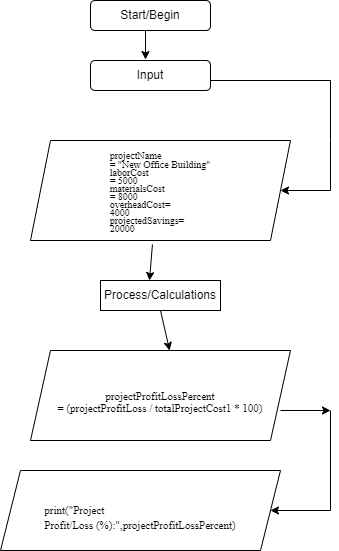
The draw.io diagram pythonProjectdrawings.drawio.png in felix715/Economics, before a commit. Source tidied: cells renumbered, new cells last; positions are measured from the earlier drawing's top-left corner, leaving out a move shared by most shapes. The source it was exported from:
```xml
<mxGraphModel>
  <root>
    <mxCell id="0" />
    <mxCell id="1" parent="0" />
    <mxCell id="2" value="Start/Begin" style="rounded=1;whiteSpace=wrap;html=1;align=center;" parent="1" vertex="1">
      <mxGeometry x="90" width="120" height="30" as="geometry" />
    </mxCell>
    <mxCell id="3" value="Process/Calculations" style="rounded=0;whiteSpace=wrap;html=1;" parent="1" vertex="1">
      <mxGeometry x="100" y="280" width="120" height="30" as="geometry" />
    </mxCell>
    <mxCell id="4" value="&lt;h6 style=&quot;line-height: 100%; margin-bottom: 0in&quot;&gt;&lt;div style=&quot;text-align: left;&quot;&gt;&lt;span style=&quot;font-family: &amp;quot;Times New Roman&amp;quot;; font-size: 10px; background-color: initial; font-weight: normal;&quot;&gt;projectName&lt;/span&gt;&lt;/div&gt;&lt;font style=&quot;font-size: 10px;&quot;&gt;&lt;div style=&quot;text-align: left;&quot;&gt;&lt;span style=&quot;font-family: &amp;quot;Times New Roman&amp;quot;; background-color: initial; font-weight: normal;&quot;&gt;= &quot;New Office Building&quot;&lt;/span&gt;&lt;/div&gt;&lt;font face=&quot;Times New Roman&quot; style=&quot;&quot;&gt;&lt;div style=&quot;text-align: left;&quot;&gt;&lt;span style=&quot;background-color: initial; font-weight: normal;&quot;&gt;laborCost&lt;/span&gt;&lt;/div&gt;&lt;div style=&quot;text-align: left;&quot;&gt;&lt;span style=&quot;background-color: initial; font-weight: normal;&quot;&gt;= 5000&lt;/span&gt;&lt;/div&gt;&lt;/font&gt;&lt;font face=&quot;Times New Roman&quot; style=&quot;&quot;&gt;&lt;div style=&quot;text-align: left;&quot;&gt;&lt;span style=&quot;background-color: initial; font-weight: normal;&quot;&gt;materialsCost&lt;/span&gt;&lt;/div&gt;&lt;div style=&quot;text-align: left;&quot;&gt;&lt;span style=&quot;background-color: initial; font-weight: normal;&quot;&gt;= 8000&lt;/span&gt;&lt;/div&gt;&lt;/font&gt;&lt;font face=&quot;Times New Roman&quot; style=&quot;&quot;&gt;&lt;div style=&quot;text-align: left;&quot;&gt;&lt;span style=&quot;background-color: initial; font-weight: normal;&quot;&gt;overheadCost=&lt;/span&gt;&lt;/div&gt;&lt;div style=&quot;text-align: left;&quot;&gt;&lt;span style=&quot;background-color: initial; font-weight: normal;&quot;&gt;4000&lt;/span&gt;&lt;/div&gt;&lt;/font&gt;&lt;font face=&quot;Times New Roman&quot; style=&quot;&quot;&gt;&lt;div style=&quot;text-align: left;&quot;&gt;&lt;span style=&quot;background-color: initial; font-weight: normal;&quot;&gt;projectedSavings=&lt;/span&gt;&lt;/div&gt;&lt;div style=&quot;text-align: left;&quot;&gt;&lt;span style=&quot;background-color: initial; font-weight: normal;&quot;&gt;20000&lt;/span&gt;&lt;/div&gt;&lt;/font&gt;&lt;/font&gt;&lt;/h6&gt;&lt;div style=&quot;text-align: left;&quot;&gt;&lt;br&gt;&lt;/div&gt;" style="shape=parallelogram;perimeter=parallelogramPerimeter;whiteSpace=wrap;html=1;fixedSize=1;" parent="1" vertex="1">
      <mxGeometry x="30" y="140" width="260" height="100" as="geometry" />
    </mxCell>
    <mxCell id="5" value="Input" style="rounded=1;whiteSpace=wrap;html=1;align=center;" parent="1" vertex="1">
      <mxGeometry x="90" y="60" width="120" height="30" as="geometry" />
    </mxCell>
    <mxCell id="6" value="&lt;p style=&quot;line-height: 100%&quot;&gt;&lt;br/&gt; &lt;font face=&quot;Times New Roman, serif&quot;&gt;&lt;font style=&quot;font-size: 11px;&quot;&gt;projectProfitLossPercent&lt;br/&gt;= (projectProfitLoss / totalProjectCost1 * 100)&lt;/font&gt;&lt;/font&gt;&lt;/p&gt;" style="shape=parallelogram;perimeter=parallelogramPerimeter;whiteSpace=wrap;html=1;fixedSize=1;align=center;" parent="1" vertex="1">
      <mxGeometry x="30" y="350" width="260" height="90" as="geometry" />
    </mxCell>
    <mxCell id="7" value="&lt;p align=&quot;left&quot;&gt;&lt;br/&gt;&lt;font face=&quot;Times New Roman, serif&quot;&gt;&lt;font style=&quot;font-size: 11px;&quot;&gt;print(&quot;Project&lt;br/&gt;Profit/Loss (%):&quot;,projectProfitLossPercent)&lt;/font&gt;&lt;/font&gt;&lt;/p&gt;" style="shape=parallelogram;perimeter=parallelogramPerimeter;whiteSpace=wrap;html=1;fixedSize=1;align=center;" parent="1" vertex="1">
      <mxGeometry y="470" width="280" height="80" as="geometry" />
    </mxCell>
    <mxCell id="8" style="endArrow=classic;html=1;rounded=0;" parent="1" edge="1" target="4">
      <mxGeometry relative="1" as="geometry">
        <mxPoint x="330" y="80" as="sourcePoint" />
        <Array as="points">
          <mxPoint x="330" y="140" />
          <mxPoint x="330" y="190" />
        </Array>
      </mxGeometry>
    </mxCell>
    <mxCell id="9" style="endArrow=classic;html=1;rounded=0;" parent="1" edge="1">
      <mxGeometry relative="1" as="geometry">
        <mxPoint x="145" y="30" as="sourcePoint" />
        <mxPoint x="145" y="59" as="targetPoint" />
      </mxGeometry>
    </mxCell>
    <mxCell id="10" style="endArrow=none;html=1;rounded=0;" parent="1" edge="1">
      <mxGeometry relative="1" as="geometry">
        <mxPoint x="210" y="80" as="sourcePoint" />
        <mxPoint x="330" y="80" as="targetPoint" />
      </mxGeometry>
    </mxCell>
    <mxCell id="11" style="endArrow=classic;html=1;rounded=0;entryX=0.408;entryY=0;entryDx=0;entryDy=0;entryPerimeter=0;exitX=0.469;exitY=1.04;exitDx=0;exitDy=0;exitPerimeter=0;" parent="1" edge="1" source="4" target="3">
      <mxGeometry relative="1" as="geometry" />
    </mxCell>
    <mxCell id="12" style="endArrow=classic;html=1;rounded=0;exitX=0.5;exitY=1;exitDx=0;exitDy=0;entryX=0.535;entryY=0;entryDx=0;entryDy=0;entryPerimeter=0;" parent="1" edge="1" source="3" target="6">
      <mxGeometry relative="1" as="geometry" />
    </mxCell>
    <mxCell id="13" style="endArrow=classic;html=1;rounded=0;entryX=1;entryY=0.5;entryDx=0;entryDy=0;" parent="1" edge="1" target="7">
      <mxGeometry relative="1" as="geometry">
        <mxPoint x="330" y="510" as="sourcePoint" />
      </mxGeometry>
    </mxCell>
    <mxCell id="14" style="endArrow=none;html=1;rounded=0;" parent="1" edge="1">
      <mxGeometry relative="1" as="geometry">
        <mxPoint x="330" y="510" as="sourcePoint" />
        <mxPoint x="330" y="410" as="targetPoint" />
      </mxGeometry>
    </mxCell>
    <mxCell id="15" style="endArrow=classic;html=1;rounded=0;" parent="1" edge="1">
      <mxGeometry relative="1" as="geometry">
        <mxPoint x="280" y="410" as="sourcePoint" />
        <mxPoint x="330" y="410" as="targetPoint" />
      </mxGeometry>
    </mxCell>
  </root>
</mxGraphModel>
```
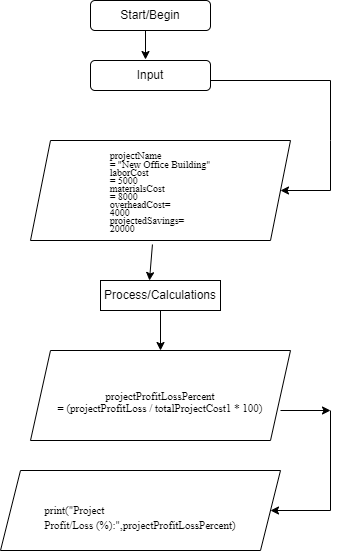
The same diagram one commit later.

The edit, as a diff of the source:
```diff
@@ -44,7 +44,7 @@
     <mxCell id="11" style="endArrow=classic;html=1;rounded=0;entryX=0.408;entryY=0;entryDx=0;entryDy=0;entryPerimeter=0;exitX=0.469;exitY=1.04;exitDx=0;exitDy=0;exitPerimeter=0;" parent="1" edge="1" source="4" target="3">
       <mxGeometry relative="1" as="geometry" />
     </mxCell>
-    <mxCell id="12" style="endArrow=classic;html=1;rounded=0;exitX=0.5;exitY=1;exitDx=0;exitDy=0;entryX=0.535;entryY=0;entryDx=0;entryDy=0;entryPerimeter=0;" parent="1" edge="1" source="3" target="6">
+    <mxCell id="12" style="endArrow=classic;html=1;rounded=0;exitX=0.5;exitY=1;exitDx=0;exitDy=0;entryX=0.5;entryY=0;entryDx=0;entryDy=0;" parent="1" edge="1" source="3" target="6">
       <mxGeometry relative="1" as="geometry" />
     </mxCell>
     <mxCell id="13" style="endArrow=classic;html=1;rounded=0;entryX=1;entryY=0.5;entryDx=0;entryDy=0;" parent="1" edge="1" target="7">
```
